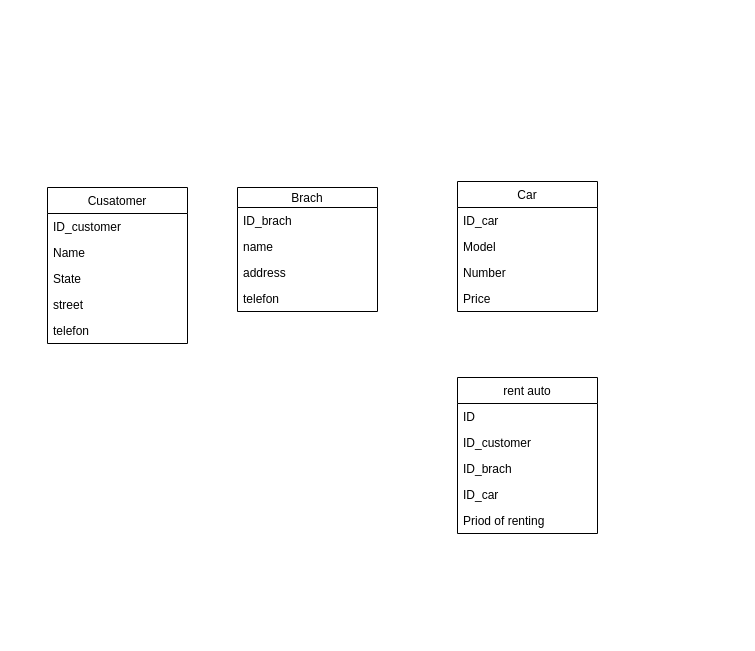
The draw.io diagram Сервиса для аренды авто.drawio in 7SoKKoS7/BEGINNER.S.K, before the edit. Source tidied: cells renumbered, new cells numbered last; positions are measured from the earlier drawing's top-left corner, leaving out a move shared by most shapes. Both pictures are drawn from the tidied source at 100%, with x=0, y=0 at pixel (47, 181).
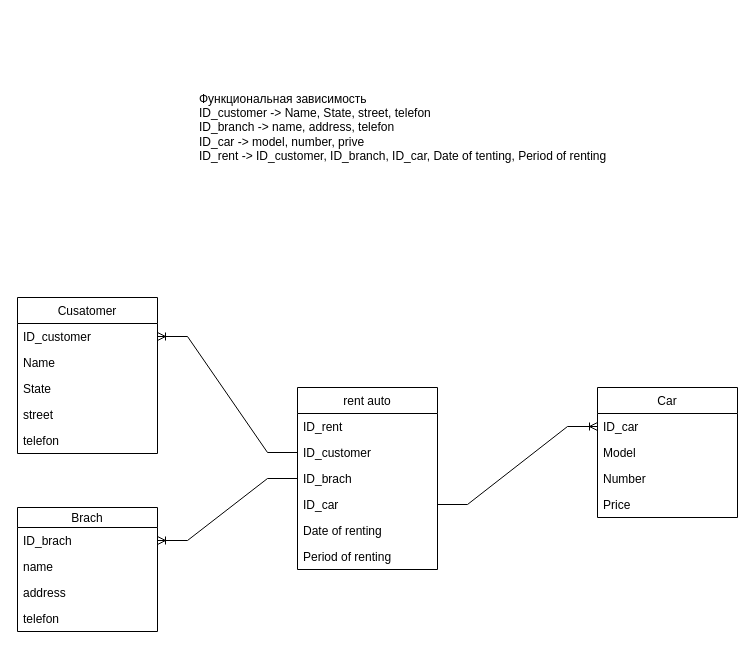
After the change.

The change refers to these unchanged cells:
```xml
<mxCell id="3" value="ID_customer" style="text;strokeColor=none;fillColor=none;align=left;verticalAlign=top;spacingLeft=4;spacingRight=4;overflow=hidden;points=[[0,0.5],[1,0.5]];portConstraint=eastwest;" parent="2" vertex="1">
  <mxGeometry y="26" width="140" height="26" as="geometry" />
</mxCell>
<mxCell id="10" value="ID_customer" style="text;strokeColor=none;fillColor=none;align=left;verticalAlign=top;spacingLeft=4;spacingRight=4;overflow=hidden;points=[[0,0.5],[1,0.5]];portConstraint=eastwest;" parent="8" vertex="1">
  <mxGeometry y="52" width="140" height="26" as="geometry" />
</mxCell>
<mxCell id="11" value="ID_brach" style="text;strokeColor=none;fillColor=none;align=left;verticalAlign=top;spacingLeft=4;spacingRight=4;overflow=hidden;points=[[0,0.5],[1,0.5]];portConstraint=eastwest;" parent="8" vertex="1">
  <mxGeometry y="78" width="140" height="26" as="geometry" />
</mxCell>
<mxCell id="12" value="ID_car" style="text;strokeColor=none;fillColor=none;align=left;verticalAlign=top;spacingLeft=4;spacingRight=4;overflow=hidden;points=[[0,0.5],[1,0.5]];portConstraint=eastwest;" parent="8" vertex="1">
  <mxGeometry y="104" width="140" height="26" as="geometry" />
</mxCell>
<mxCell id="15" value="ID_brach" style="text;strokeColor=none;fillColor=none;align=left;verticalAlign=top;spacingLeft=4;spacingRight=4;overflow=hidden;points=[[0,0.5],[1,0.5]];portConstraint=eastwest;" parent="14" vertex="1">
  <mxGeometry y="20" width="140" height="26" as="geometry" />
</mxCell>
<mxCell id="20" value="ID_car" style="text;strokeColor=none;fillColor=none;align=left;verticalAlign=top;spacingLeft=4;spacingRight=4;overflow=hidden;points=[[0,0.5],[1,0.5]];portConstraint=eastwest;" parent="19" vertex="1">
  <mxGeometry y="26" width="140" height="26" as="geometry" />
</mxCell>
```

The edit, as a diff of the source:
```diff
@@
     <mxCell id="2" value="Cusatomer" style="swimlane;fontStyle=0;horizontal=1;startSize=26;fillColor=none;" parent="1" vertex="1">
-      <mxGeometry y="6" width="140" height="156" as="geometry" />
+      <mxGeometry x="-30" y="116" width="140" height="156" as="geometry" />
     </mxCell>
@@
     <mxCell id="8" value="rent auto" style="swimlane;fontStyle=0;horizontal=1;startSize=26;fillColor=none;" parent="1" vertex="1">
-      <mxGeometry x="410" y="196" width="140" height="156" as="geometry" />
+      <mxGeometry x="250" y="206" width="140" height="182" as="geometry" />
     </mxCell>
-    <mxCell id="9" value="ID" style="text;strokeColor=none;fillColor=none;align=left;verticalAlign=top;spacingLeft=4;spacingRight=4;overflow=hidden;" parent="8" vertex="1">
+    <mxCell id="9" value="ID_rent" style="text;strokeColor=none;fillColor=none;align=left;verticalAlign=top;spacingLeft=4;spacingRight=4;overflow=hidden;" parent="8" vertex="1">
       <mxGeometry y="26" width="140" height="26" as="geometry" />
     </mxCell>
@@
+    <mxCell id="24" value="Date of renting&#10;" style="text;strokeColor=none;fillColor=none;align=left;verticalAlign=top;spacingLeft=4;spacingRight=4;overflow=hidden;" parent="8" vertex="1">
+      <mxGeometry y="130" width="140" height="26" as="geometry" />
+    </mxCell>
-    <mxCell id="13" value="Priod of renting" style="text;strokeColor=none;fillColor=none;align=left;verticalAlign=top;spacingLeft=4;spacingRight=4;overflow=hidden;" parent="8" vertex="1">
-      <mxGeometry y="130" width="140" height="26" as="geometry" />
+    <mxCell id="13" value="Period of renting" style="text;strokeColor=none;fillColor=none;align=left;verticalAlign=top;spacingLeft=4;spacingRight=4;overflow=hidden;" parent="8" vertex="1">
+      <mxGeometry y="156" width="140" height="26" as="geometry" />
     </mxCell>
     <mxCell id="14" value="Brach" style="swimlane;fontStyle=0;horizontal=1;startSize=20;fillColor=none;" parent="1" vertex="1">
-      <mxGeometry x="190" y="6" width="140" height="124" as="geometry" />
+      <mxGeometry x="-30" y="326" width="140" height="124" as="geometry" />
     </mxCell>
@@
     <mxCell id="19" value="Car" style="swimlane;fontStyle=0;horizontal=1;startSize=26;fillColor=none;" parent="1" vertex="1">
-      <mxGeometry x="410" width="140" height="130" as="geometry" />
+      <mxGeometry x="550" y="206" width="140" height="130" as="geometry" />
     </mxCell>
@@
+    <mxCell id="25" style="edgeStyle=entityRelationEdgeStyle;fontSize=12;html=1;endArrow=ERoneToMany;rounded=0;exitX=0;exitY=0.5;exitDx=0;exitDy=0;" parent="1" edge="1" source="10" target="3">
+      <mxGeometry relative="1" as="geometry" />
+    </mxCell>
+    <mxCell id="26" style="edgeStyle=entityRelationEdgeStyle;fontSize=12;html=1;endArrow=ERoneToMany;rounded=0;exitX=0;exitY=0.5;exitDx=0;exitDy=0;" parent="1" edge="1" source="11" target="15">
+      <mxGeometry relative="1" as="geometry" />
+    </mxCell>
+    <mxCell id="27" style="edgeStyle=entityRelationEdgeStyle;fontSize=12;html=1;endArrow=ERoneToMany;rounded=0;exitX=1;exitY=0.5;exitDx=0;exitDy=0;entryX=0;entryY=0.5;entryDx=0;entryDy=0;" parent="1" edge="1" source="12" target="20">
+      <mxGeometry relative="1" as="geometry" />
+    </mxCell>
+    <mxCell id="28" value="Функциональная зависимость&lt;br&gt;ID_customer -&amp;gt; Name, State, street, telefon&lt;br&gt;ID_branch -&amp;gt; name, address, telefon&lt;br&gt;ID_car -&amp;gt; model, number, prive&lt;br&gt;ID_rent -&amp;gt; ID_customer, ID_branch, ID_car, Date of tenting, Period of renting" style="text;html=1;strokeColor=none;fillColor=none;align=left;verticalAlign=middle;whiteSpace=wrap;rounded=0;" parent="1" vertex="1">
+      <mxGeometry x="150" y="-164" width="420" height="220" as="geometry" />
+    </mxCell>
```
